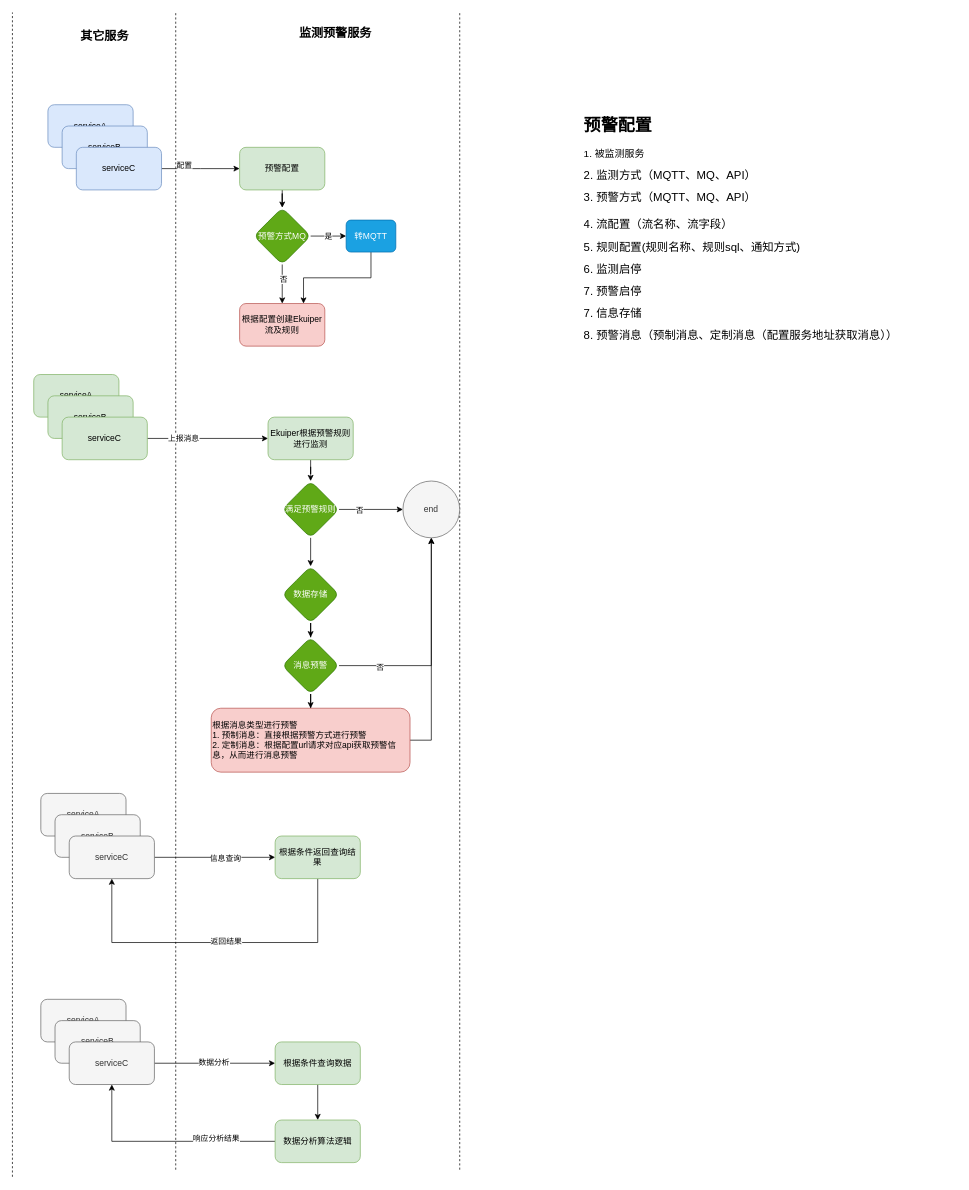
The draw.io diagram 监测预警.drawio in xiaofengczy/auth-service, before the edit. Source tidied: cells renumbered, new cells numbered last; positions are measured from the earlier drawing's top-left corner, leaving out a move shared by most shapes. Both pictures are drawn from the tidied source at 71%, with x=0, y=0 at pixel (12, 12).
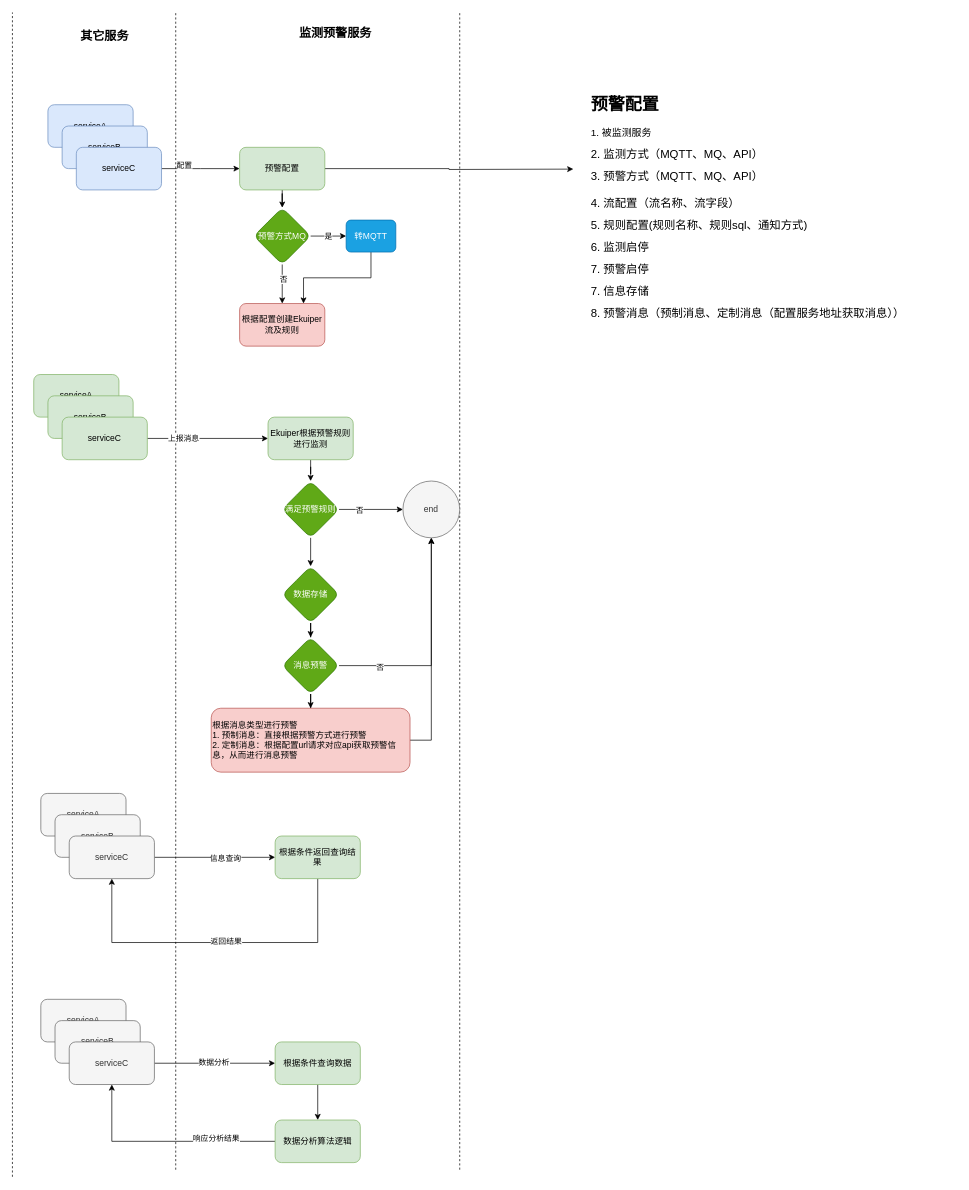
The same diagram, later.

Commit message (it also covers changes not shown here):
更新监测预警.drawio

The change refers to these unchanged cells:
```xml
<mxCell id="12" value="预警配置" style="rounded=1;whiteSpace=wrap;html=1;fillColor=#d5e8d4;strokeColor=#82b366;" parent="1" vertex="1">
  <mxGeometry x="320" y="190" width="120" height="60" as="geometry" />
</mxCell>
```

Diff of the diagram source:
```diff
@@
+    <mxCell id="62" style="edgeStyle=orthogonalEdgeStyle;rounded=0;jettySize=auto;html=1;exitX=1;exitY=0.5;exitDx=0;exitDy=0;" parent="1" edge="1" source="12">
+      <mxGeometry relative="1" as="geometry">
+        <mxPoint x="790" y="220.7" as="targetPoint" />
+      </mxGeometry>
+    </mxCell>
@@
     <mxCell id="16" value="&lt;h1&gt;预警配置&lt;/h1&gt;&lt;p&gt;&lt;font style=&quot;font-size: 14px;&quot;&gt;1&lt;font style=&quot;&quot;&gt;.&amp;nbsp;被监测服务&lt;/font&gt;&lt;/font&gt;&lt;/p&gt;&lt;p&gt;&lt;font size=&quot;3&quot;&gt;2.&amp;nbsp;监测方式（MQTT、MQ、API）&lt;/font&gt;&lt;/p&gt;&lt;p&gt;&lt;font size=&quot;3&quot;&gt;3.&amp;nbsp;预警方式（MQTT、MQ、API）&lt;br&gt;&lt;span style=&quot;background-color: initial;&quot;&gt;&lt;br&gt;4.&amp;nbsp;流配置（流名称、流字段）&lt;/span&gt;&lt;/font&gt;&lt;/p&gt;&lt;p&gt;&lt;span style=&quot;background-color: initial;&quot;&gt;&lt;font size=&quot;3&quot;&gt;5.&amp;nbsp;规则配置(规则名称、规则sql、通知方式)&lt;br&gt;&lt;/font&gt;&lt;/span&gt;&lt;/p&gt;&lt;p&gt;&lt;span style=&quot;background-color: initial;&quot;&gt;&lt;font size=&quot;3&quot;&gt;6.&amp;nbsp;监测启停&lt;/font&gt;&lt;/span&gt;&lt;/p&gt;&lt;p&gt;&lt;span style=&quot;background-color: initial;&quot;&gt;&lt;font size=&quot;3&quot;&gt;7.&amp;nbsp;预警启停&lt;/font&gt;&lt;/span&gt;&lt;/p&gt;&lt;p&gt;&lt;span style=&quot;background-color: initial;&quot;&gt;&lt;font size=&quot;3&quot;&gt;7.&amp;nbsp;信息存储&lt;/font&gt;&lt;/span&gt;&lt;/p&gt;&lt;p&gt;&lt;span style=&quot;background-color: initial;&quot;&gt;&lt;font size=&quot;3&quot;&gt;8.&amp;nbsp;预警消息（预制消息、定制消息（配置服务地址获取消息））&lt;/font&gt;&lt;/span&gt;&lt;/p&gt;" style="text;html=1;strokeColor=none;fillColor=none;spacing=5;spacingTop=-20;whiteSpace=wrap;overflow=hidden;rounded=0;" parent="1" vertex="1">
-      <mxGeometry x="800" y="140" width="520" height="330" as="geometry" />
+      <mxGeometry x="810" y="110" width="520" height="330" as="geometry" />
     </mxCell>
```
